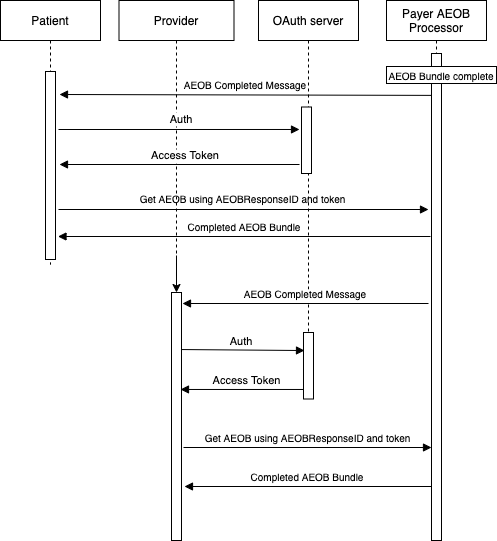
Before: input/images/GetAEOB.drawio.png, a diagram exported from draw.io (HL7/davinci-pct). Source tidied: cells renumbered, new cells last; positions are measured from the earlier drawing's top-left corner, leaving out a move shared by most shapes.
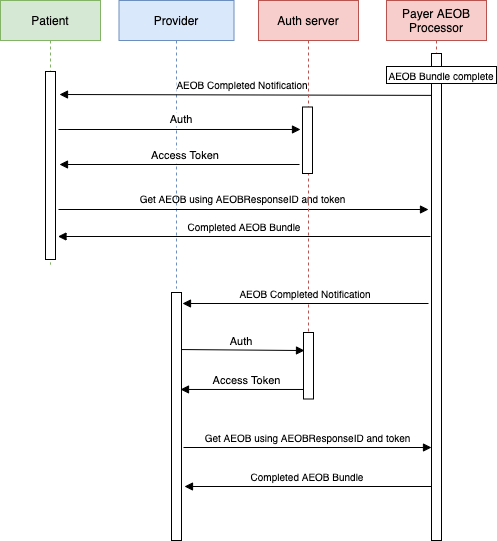
After the commit.

What changed in the source:
```diff
@@ -5,21 +5,16 @@
     <mxCell id="2" style="points=[];perimeter=orthogonalPerimeter;rounded=0;shadow=0;strokeWidth=1;" parent="1" vertex="1">
       <mxGeometry x="171" y="292" width="10" height="248" as="geometry" />
     </mxCell>
-    <mxCell id="3" style="edgeStyle=orthogonalEdgeStyle;rounded=0;jettySize=auto;html=1;fontSize=11;" parent="1" edge="1" target="2">
-      <mxGeometry relative="1" as="geometry">
-        <mxPoint x="176" y="255" as="sourcePoint" />
-      </mxGeometry>
-    </mxCell>
-    <mxCell id="4" value="Provider" style="shape=umlLifeline;perimeter=lifelinePerimeter;rounded=0;shadow=0;strokeWidth=1;" parent="1" vertex="1">
-      <mxGeometry x="118.5" width="115" height="267" as="geometry" />
+    <mxCell id="4" value="Provider" style="shape=umlLifeline;perimeter=lifelinePerimeter;rounded=0;shadow=0;strokeWidth=1;fillColor=#dae8fc;strokeColor=#6c8ebf;" parent="1" vertex="1">
+      <mxGeometry x="118.5" width="115" height="288" as="geometry" />
     </mxCell>
-    <mxCell id="5" value="Payer AEOB&#10;Processor" style="shape=umlLifeline;perimeter=lifelinePerimeter;rounded=0;shadow=0;strokeWidth=1;" parent="1" vertex="1">
+    <mxCell id="5" value="Payer AEOB&#10;Processor" style="shape=umlLifeline;perimeter=lifelinePerimeter;rounded=0;shadow=0;strokeWidth=1;fillColor=#f8cecc;strokeColor=#b85450;" parent="1" vertex="1">
       <mxGeometry x="386" width="100" height="443" as="geometry" />
     </mxCell>
     <mxCell id="6" style="points=[];perimeter=orthogonalPerimeter;rounded=0;shadow=0;strokeWidth=1;" parent="1" vertex="1">
       <mxGeometry x="431" y="53" width="10" height="487" as="geometry" />
     </mxCell>
-    <mxCell id="7" value="Patient" style="shape=umlLifeline;perimeter=lifelinePerimeter;rounded=0;shadow=0;strokeWidth=1;" parent="1" vertex="1">
+    <mxCell id="7" value="Patient" style="shape=umlLifeline;perimeter=lifelinePerimeter;rounded=0;shadow=0;strokeWidth=1;fillColor=#d5e8d4;strokeColor=#82b366;" parent="1" vertex="1">
       <mxGeometry width="100" height="264" as="geometry" />
     </mxCell>
     <mxCell id="8" style="perimeter=orthogonalPerimeter;rounded=0;shadow=0;strokeWidth=1;" parent="7" vertex="1">
@@ -46,16 +41,16 @@
     <mxCell id="13" value="&lt;font style=&quot;font-size: 10px&quot;&gt;AEOB Bundle complete&lt;/font&gt;" style="rounded=0;whiteSpace=wrap;html=1;" parent="1" vertex="1">
       <mxGeometry x="386" y="66" width="110" height="17" as="geometry" />
     </mxCell>
-    <mxCell id="14" value="AEOB Completed Message" style="verticalAlign=bottom;endArrow=block;shadow=0;strokeWidth=1;fontSize=10;labelBackgroundColor=#FFFFFF;exitX=0;exitY=0.086;exitDx=0;exitDy=0;exitPerimeter=0;" parent="1" edge="1" source="6">
-      <mxGeometry relative="1" as="geometry">
+    <mxCell id="14" value="AEOB Completed Notification" style="verticalAlign=bottom;endArrow=block;shadow=0;strokeWidth=1;fontSize=10;labelBackgroundColor=#FFFFFF;exitX=0;exitY=0.086;exitDx=0;exitDy=0;exitPerimeter=0;" parent="1" edge="1" source="6">
+      <mxGeometry x="0.02" relative="1" as="geometry">
         <mxPoint x="59" y="94" as="targetPoint" />
       </mxGeometry>
     </mxCell>
-    <mxCell id="15" value="OAuth server" style="shape=umlLifeline;perimeter=lifelinePerimeter;rounded=0;shadow=0;strokeWidth=1;" parent="1" vertex="1">
+    <mxCell id="15" value="Auth server" style="shape=umlLifeline;perimeter=lifelinePerimeter;rounded=0;shadow=0;strokeWidth=1;fillColor=#f8cecc;strokeColor=#b85450;" parent="1" vertex="1">
       <mxGeometry x="258" width="100" height="399" as="geometry" />
     </mxCell>
     <mxCell id="16" style="points=[];perimeter=orthogonalPerimeter;rounded=0;shadow=0;strokeWidth=1;" parent="1" vertex="1">
-      <mxGeometry x="301" y="106.5" width="10" height="66.5" as="geometry" />
+      <mxGeometry x="302" y="106.5" width="10" height="66.5" as="geometry" />
     </mxCell>
     <mxCell id="17" value="Auth" style="verticalAlign=bottom;endArrow=block;entryX=-0.2;entryY=0.338;shadow=0;strokeWidth=1;entryDx=0;entryDy=0;entryPerimeter=0;labelBackgroundColor=#FFFFFF;" parent="1" edge="1" target="16">
       <mxGeometry x="0.02" y="1" relative="1" as="geometry">
@@ -74,7 +69,7 @@
         <mxPoint x="57.5" y="236" as="targetPoint" />
       </mxGeometry>
     </mxCell>
-    <mxCell id="20" value="AEOB Completed Message" style="verticalAlign=bottom;endArrow=block;shadow=0;strokeWidth=1;fontSize=10;" parent="1" edge="1">
+    <mxCell id="20" value="AEOB Completed Notification" style="verticalAlign=bottom;endArrow=block;shadow=0;strokeWidth=1;fontSize=10;" parent="1" edge="1">
       <mxGeometry relative="1" as="geometry">
         <mxPoint x="428" y="303" as="sourcePoint" />
         <mxPoint x="182" y="303" as="targetPoint" />
```
